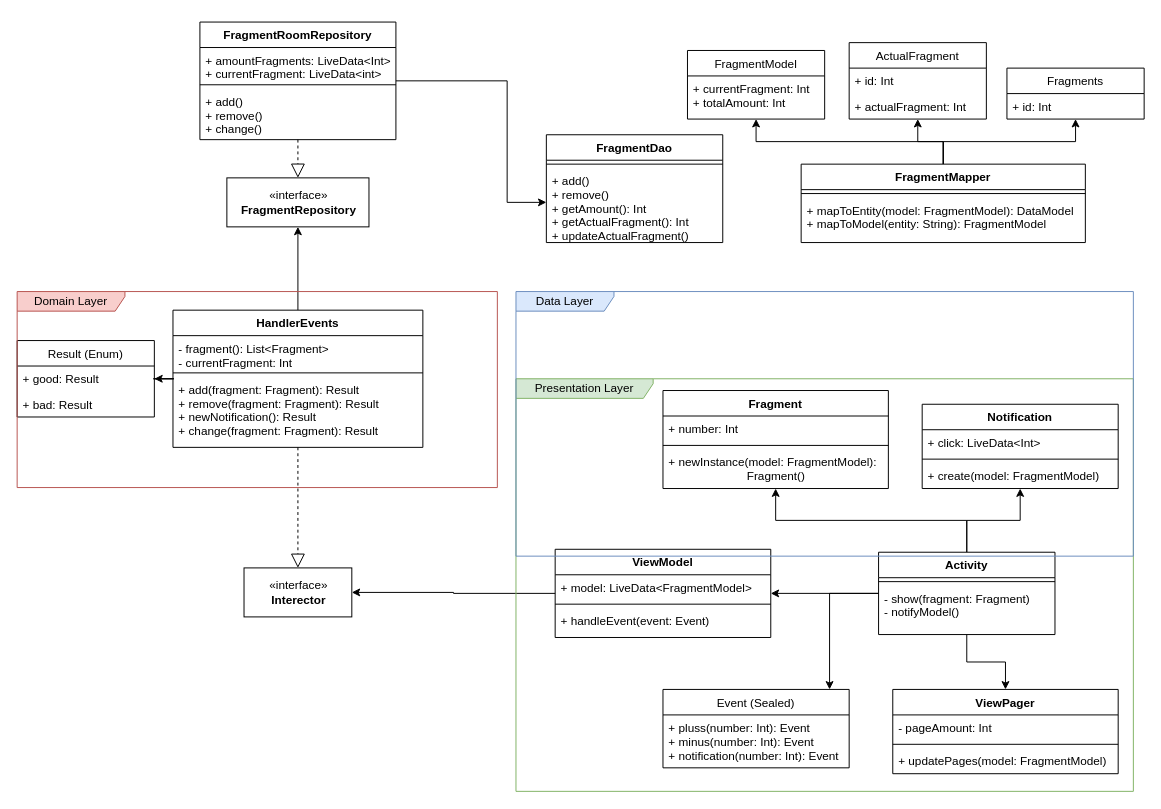
Earlier version of the draw.io diagram swiper.drawio (trilko/swiper). Source tidied: cells renumbered, new cells numbered last; positions are measured from the earlier drawing's top-left corner, leaving out a move shared by most shapes. Both pictures are drawn from the tidied source at 98%, with x=0, y=0 at pixel (17, 22).
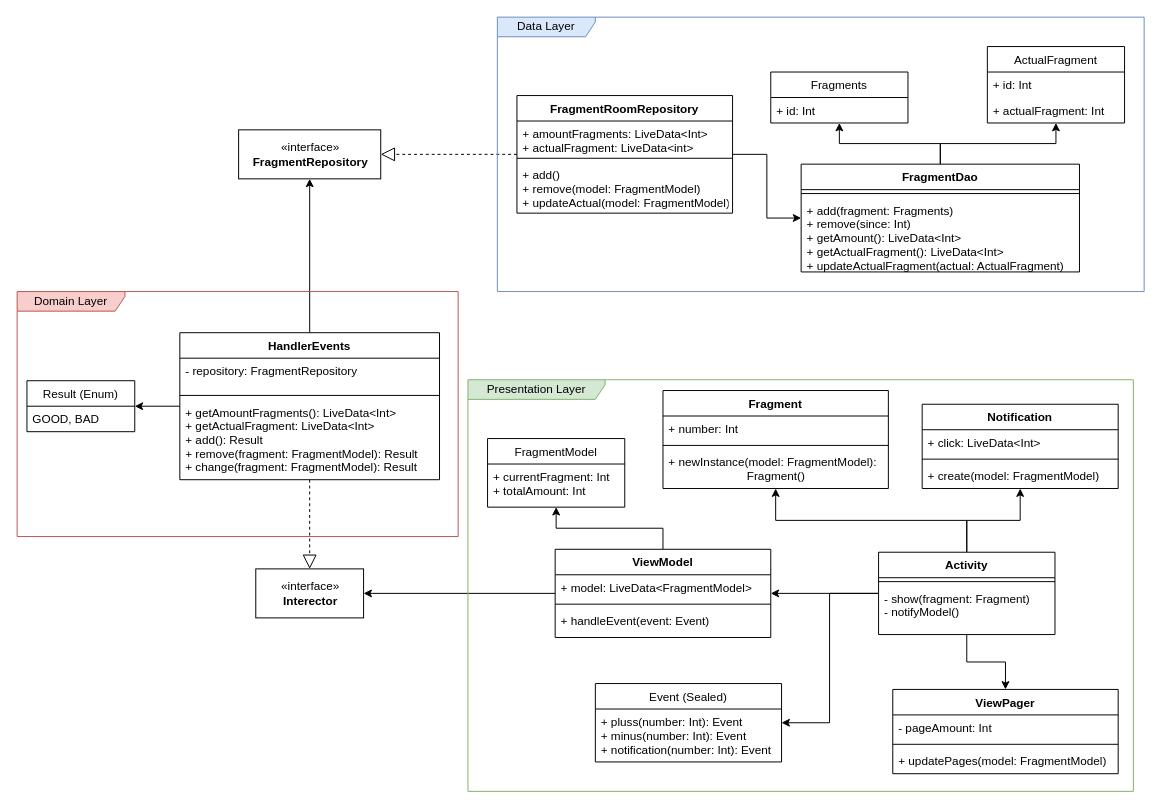
The same page after the edit.

The change refers to these unchanged cells:
```xml
<mxCell id="9" value="ViewModel" style="swimlane;fontStyle=1;align=center;verticalAlign=top;horizontal=1;startSize=26;" parent="1" vertex="1">
  <mxGeometry x="549" y="538" width="220" height="90" as="geometry" />
</mxCell>
```

Diff of the diagram source:
```diff
@@
+    <mxCell id="3" style="edgeStyle=orthogonalEdgeStyle;rounded=0;jettySize=auto;html=1;endArrow=classic;endFill=1;" parent="1" edge="1" source="4" target="13">
+      <mxGeometry relative="1" as="geometry" />
+    </mxCell>
-    <mxCell id="2" style="edgeStyle=orthogonalEdgeStyle;rounded=0;jettySize=auto;html=1;" parent="1" edge="1" source="4" target="47">
+    <mxCell id="2" style="edgeStyle=orthogonalEdgeStyle;rounded=0;jettySize=auto;html=1;endArrow=classic;endFill=1;" parent="1" edge="1" source="4" target="47">
       <mxGeometry relative="1" as="geometry" />
     </mxCell>
-    <mxCell id="3" style="edgeStyle=orthogonalEdgeStyle;rounded=0;jettySize=auto;html=1;endArrow=classic;endFill=1;" parent="1" edge="1" source="4" target="13">
-      <mxGeometry relative="1" as="geometry" />
-    </mxCell>
     <mxCell id="4" value="HandlerEvents" style="swimlane;fontStyle=1;align=center;verticalAlign=top;horizontal=1;startSize=26;" parent="1" vertex="1">
-      <mxGeometry x="159" y="294" width="255" height="140" as="geometry" />
+      <mxGeometry x="166" y="317" width="265" height="150" as="geometry" />
     </mxCell>
-    <mxCell id="5" value="- fragment(): List&lt;Fragment&gt;&#10;- currentFragment: Int" style="text;strokeColor=none;fillColor=none;align=left;verticalAlign=top;spacingLeft=4;spacingRight=4;overflow=hidden;" parent="4" vertex="1">
-      <mxGeometry y="26" width="255" height="34" as="geometry" />
+    <mxCell id="5" value="- repository: FragmentRepository" style="text;strokeColor=none;fillColor=none;align=left;verticalAlign=top;spacingLeft=4;spacingRight=4;overflow=hidden;" parent="4" vertex="1">
+      <mxGeometry y="26" width="265" height="34" as="geometry" />
     </mxCell>
     <mxCell id="6" style="line;strokeWidth=1;fillColor=none;align=left;verticalAlign=middle;spacingTop=-1;spacingLeft=3;spacingRight=3;labelPosition=right;" parent="4" vertex="1">
-      <mxGeometry y="60" width="255" height="8" as="geometry" />
+      <mxGeometry y="60" width="265" height="8" as="geometry" />
     </mxCell>
-    <mxCell id="7" value="+ add(fragment: Fragment): Result&#10;+ remove(fragment: Fragment): Result&#10;+ newNotification(): Result&#10;+ change(fragment: Fragment): Result" style="text;strokeColor=none;fillColor=none;align=left;verticalAlign=top;spacingLeft=4;spacingRight=4;overflow=hidden;" parent="4" vertex="1">
-      <mxGeometry y="68" width="255" height="72" as="geometry" />
+    <mxCell id="7" value="+ getAmountFragments(): LiveData&lt;Int&gt;&#10;+ getActualFragment: LiveData&lt;Int&gt;&#10;+ add(): Result&#10;+ remove(fragment: FragmentModel): Result&#10;+ change(fragment: FragmentModel): Result" style="text;strokeColor=none;fillColor=none;align=left;verticalAlign=top;spacingLeft=4;spacingRight=4;overflow=hidden;" parent="4" vertex="1">
+      <mxGeometry y="68" width="265" height="82" as="geometry" />
     </mxCell>
@@
+    <mxCell id="66" style="edgeStyle=orthogonalEdgeStyle;rounded=0;jettySize=auto;html=1;endArrow=classic;endFill=1;" parent="1" edge="1" source="9" target="28">
+      <mxGeometry relative="1" as="geometry" />
+    </mxCell>
@@
     <mxCell id="13" value="«interface»&lt;br&gt;&lt;b&gt;FragmentRepository&lt;/b&gt;" style="html=1;" parent="1" vertex="1">
-      <mxGeometry x="214" y="159" width="145" height="50" as="geometry" />
+      <mxGeometry x="226" y="110" width="145" height="50" as="geometry" />
     </mxCell>
@@
-    <mxCell id="22" style="edgeStyle=orthogonalEdgeStyle;rounded=0;jettySize=auto;html=1;" parent="1" edge="1" source="25" target="28">
-      <mxGeometry relative="1" as="geometry" />
-    </mxCell>
-    <mxCell id="23" style="edgeStyle=orthogonalEdgeStyle;rounded=0;jettySize=auto;html=1;endArrow=classic;endFill=1;" parent="1" edge="1" source="25" target="51">
-      <mxGeometry relative="1" as="geometry" />
-    </mxCell>
-    <mxCell id="24" style="edgeStyle=orthogonalEdgeStyle;rounded=0;jettySize=auto;html=1;endArrow=classic;endFill=1;" parent="1" edge="1" source="25" target="54">
-      <mxGeometry relative="1" as="geometry" />
-    </mxCell>
-    <mxCell id="25" value="FragmentMapper" style="swimlane;fontStyle=1;align=center;verticalAlign=top;horizontal=1;startSize=26;" parent="1" vertex="1">
-      <mxGeometry x="800" y="145" width="290" height="80" as="geometry" />
-    </mxCell>
-    <mxCell id="26" style="line;strokeWidth=1;fillColor=none;align=left;verticalAlign=middle;spacingTop=-1;spacingLeft=3;spacingRight=3;labelPosition=right;" parent="25" vertex="1">
-      <mxGeometry y="26" width="290" height="8" as="geometry" />
-    </mxCell>
-    <mxCell id="27" value="+ mapToEntity(model: FragmentModel): DataModel&#10;+ mapToModel(entity: String): FragmentModel" style="text;strokeColor=none;fillColor=none;align=left;verticalAlign=top;spacingLeft=4;spacingRight=4;overflow=hidden;" parent="25" vertex="1">
-      <mxGeometry y="34" width="290" height="46" as="geometry" />
-    </mxCell>
-    <mxCell id="28" value="FragmentModel" style="swimlane;fontStyle=0;horizontal=1;startSize=26;fillColor=none;" parent="1" vertex="1">
-      <mxGeometry x="684" y="29" width="140" height="70" as="geometry" />
-    </mxCell>
-    <mxCell id="29" value="+ currentFragment: Int&#10;+ totalAmount: Int" style="text;strokeColor=none;fillColor=none;align=left;verticalAlign=top;spacingLeft=4;spacingRight=4;overflow=hidden;" parent="28" vertex="1">
-      <mxGeometry y="26" width="140" height="44" as="geometry" />
-    </mxCell>
     <mxCell id="30" value="Event (Sealed)" style="swimlane;fontStyle=0;horizontal=1;startSize=26;fillColor=none;" parent="1" vertex="1">
-      <mxGeometry x="659" y="681" width="190" height="80" as="geometry" />
+      <mxGeometry x="590" y="675" width="190" height="80" as="geometry" />
     </mxCell>
@@
-    <mxCell id="40" value="Presentation Layer" style="shape=umlFrame;whiteSpace=wrap;html=1;width=140;height=20;strokeColor=#82b366;fillColor=#d5e8d4;" parent="1" vertex="1">
-      <mxGeometry x="509" y="364" width="630" height="421" as="geometry" />
-    </mxCell>
@@
     <mxCell id="45" value="«interface»&lt;br&gt;&lt;b&gt;Interector&lt;/b&gt;" style="html=1;fillColor=#ffffff;" parent="1" vertex="1">
-      <mxGeometry x="231.5" y="557" width="110" height="50" as="geometry" />
+      <mxGeometry x="243.5" y="558" width="110" height="50" as="geometry" />
     </mxCell>
@@
-    <mxCell id="47" value="Result (Enum)" style="swimlane;fontStyle=0;horizontal=1;startSize=26;fillColor=none;" parent="1" vertex="1">
-      <mxGeometry y="325" width="140" height="78" as="geometry" />
-    </mxCell>
-    <mxCell id="48" value="+ good: Result" style="text;strokeColor=none;fillColor=none;align=left;verticalAlign=top;spacingLeft=4;spacingRight=4;overflow=hidden;" parent="47" vertex="1">
-      <mxGeometry y="26" width="140" height="26" as="geometry" />
-    </mxCell>
-    <mxCell id="49" value="+ bad: Result" style="text;strokeColor=none;fillColor=none;align=left;verticalAlign=top;spacingLeft=4;spacingRight=4;overflow=hidden;" parent="47" vertex="1">
-      <mxGeometry y="52" width="140" height="26" as="geometry" />
-    </mxCell>
@@
     <mxCell id="51" value="ActualFragment" style="swimlane;fontStyle=0;horizontal=1;startSize=26;fillColor=none;" parent="1" vertex="1">
-      <mxGeometry x="849" y="21" width="140" height="78" as="geometry" />
+      <mxGeometry x="990" y="25" width="140" height="78" as="geometry" />
     </mxCell>
@@
     <mxCell id="54" value="Fragments" style="swimlane;fontStyle=0;horizontal=1;startSize=26;fillColor=none;" parent="1" vertex="1">
-      <mxGeometry x="1010" y="47" width="140" height="52" as="geometry" />
+      <mxGeometry x="769" y="51" width="140" height="52" as="geometry" />
     </mxCell>
@@
-    <mxCell id="56" value="Domain Layer" style="shape=umlFrame;whiteSpace=wrap;html=1;fillColor=#f8cecc;width=110;height=20;strokeColor=#b85450;" parent="1" vertex="1">
-      <mxGeometry y="275" width="490" height="200" as="geometry" />
-    </mxCell>
     <mxCell id="57" value="Data Layer" style="shape=umlFrame;whiteSpace=wrap;html=1;width=100;height=20;fillColor=#dae8fc;strokeColor=#6c8ebf;" parent="1" vertex="1">
-      <mxGeometry x="509" y="275" width="630" height="270" as="geometry" />
+      <mxGeometry x="490" y="-5" width="660" height="280" as="geometry" />
     </mxCell>
+    <mxCell id="67" style="edgeStyle=orthogonalEdgeStyle;rounded=0;jettySize=auto;html=1;endArrow=classic;endFill=1;" parent="1" edge="1" source="58" target="54">
+      <mxGeometry relative="1" as="geometry" />
+    </mxCell>
+    <mxCell id="68" style="edgeStyle=orthogonalEdgeStyle;rounded=0;jettySize=auto;html=1;endArrow=classic;endFill=1;" parent="1" edge="1" source="58" target="51">
+      <mxGeometry relative="1" as="geometry" />
+    </mxCell>
     <mxCell id="58" value="FragmentDao" style="swimlane;fontStyle=1;align=center;verticalAlign=top;horizontal=1;startSize=26;fillColor=#ffffff;" parent="1" vertex="1">
-      <mxGeometry x="540" y="115" width="180" height="110" as="geometry" />
+      <mxGeometry x="800" y="145" width="284" height="110" as="geometry" />
     </mxCell>
     <mxCell id="59" style="line;strokeWidth=1;fillColor=none;align=left;verticalAlign=middle;spacingTop=-1;spacingLeft=3;spacingRight=3;labelPosition=right;" parent="58" vertex="1">
-      <mxGeometry y="26" width="180" height="8" as="geometry" />
+      <mxGeometry y="26" width="284" height="8" as="geometry" />
     </mxCell>
-    <mxCell id="60" value="+ add()&#10;+ remove() &#10;+ getAmount(): Int&#10;+ getActualFragment(): Int&#10;+ updateActualFragment()" style="text;strokeColor=none;fillColor=none;align=left;verticalAlign=top;spacingLeft=4;spacingRight=4;overflow=hidden;" parent="58" vertex="1">
-      <mxGeometry y="34" width="180" height="76" as="geometry" />
+    <mxCell id="60" value="+ add(fragment: Fragments)&#10;+ remove(since: Int) &#10;+ getAmount(): LiveData&lt;Int&gt;&#10;+ getActualFragment(): LiveData&lt;Int&gt;&#10;+ updateActualFragment(actual: ActualFragment)" style="text;strokeColor=none;fillColor=none;align=left;verticalAlign=top;spacingLeft=4;spacingRight=4;overflow=hidden;" parent="58" vertex="1">
+      <mxGeometry y="34" width="284" height="76" as="geometry" />
     </mxCell>
     <mxCell id="61" style="edgeStyle=orthogonalEdgeStyle;rounded=0;jettySize=auto;html=1;endArrow=classic;endFill=1;" parent="1" edge="1" source="62" target="58">
-      <mxGeometry relative="1" as="geometry">
-        <Array as="points">
-          <mxPoint x="500" y="60" />
-          <mxPoint x="500" y="184" />
-        </Array>
-      </mxGeometry>
+      <mxGeometry relative="1" as="geometry" />
     </mxCell>
     <mxCell id="62" value="FragmentRoomRepository" style="swimlane;fontStyle=1;align=center;verticalAlign=top;horizontal=1;startSize=26;fillColor=#ffffff;" parent="1" vertex="1">
-      <mxGeometry x="186.5" width="200" height="120" as="geometry" />
+      <mxGeometry x="510" y="75" width="220" height="120" as="geometry" />
     </mxCell>
-    <mxCell id="63" value="+ amountFragments: LiveData&lt;Int&gt;&#10;+ currentFragment: LiveData&lt;int&gt;" style="text;strokeColor=none;fillColor=none;align=left;verticalAlign=top;spacingLeft=4;spacingRight=4;overflow=hidden;" parent="62" vertex="1">
-      <mxGeometry y="26" width="200" height="34" as="geometry" />
+    <mxCell id="63" value="+ amountFragments: LiveData&lt;Int&gt;&#10;+ actualFragment: LiveData&lt;int&gt;" style="text;strokeColor=none;fillColor=none;align=left;verticalAlign=top;spacingLeft=4;spacingRight=4;overflow=hidden;" parent="62" vertex="1">
+      <mxGeometry y="26" width="220" height="34" as="geometry" />
     </mxCell>
     <mxCell id="64" style="line;strokeWidth=1;fillColor=none;align=left;verticalAlign=middle;spacingTop=-1;spacingLeft=3;spacingRight=3;labelPosition=right;" parent="62" vertex="1">
-      <mxGeometry y="60" width="200" height="8" as="geometry" />
+      <mxGeometry y="60" width="220" height="8" as="geometry" />
     </mxCell>
-    <mxCell id="65" value="+ add()&#10;+ remove()&#10;+ change()" style="text;strokeColor=none;fillColor=none;align=left;verticalAlign=top;spacingLeft=4;spacingRight=4;overflow=hidden;" parent="62" vertex="1">
-      <mxGeometry y="68" width="200" height="52" as="geometry" />
+    <mxCell id="65" value="+ add()&#10;+ remove(model: FragmentModel)&#10;+ updateActual(model: FragmentModel)" style="text;strokeColor=none;fillColor=none;align=left;verticalAlign=top;spacingLeft=4;spacingRight=4;overflow=hidden;" parent="62" vertex="1">
+      <mxGeometry y="68" width="220" height="52" as="geometry" />
     </mxCell>
+    <mxCell id="28" value="FragmentModel" style="swimlane;fontStyle=0;horizontal=1;startSize=26;fillColor=none;" parent="1" vertex="1">
+      <mxGeometry x="480" y="425" width="140" height="70" as="geometry" />
+    </mxCell>
+    <mxCell id="29" value="+ currentFragment: Int&#10;+ totalAmount: Int" style="text;strokeColor=none;fillColor=none;align=left;verticalAlign=top;spacingLeft=4;spacingRight=4;overflow=hidden;" parent="28" vertex="1">
+      <mxGeometry y="26" width="140" height="44" as="geometry" />
+    </mxCell>
+    <mxCell id="47" value="Result (Enum)" style="swimlane;fontStyle=0;horizontal=1;startSize=26;fillColor=none;" parent="1" vertex="1">
+      <mxGeometry x="10" y="366" width="110" height="52" as="geometry" />
+    </mxCell>
+    <mxCell id="69" value="GOOD, BAD" style="text;strokeColor=none;fillColor=none;align=left;verticalAlign=top;spacingLeft=4;spacingRight=4;overflow=hidden;" parent="47" vertex="1">
+      <mxGeometry y="26" width="110" height="26" as="geometry" />
+    </mxCell>
+    <mxCell id="40" value="Presentation Layer" style="shape=umlFrame;whiteSpace=wrap;html=1;width=140;height=20;strokeColor=#82b366;fillColor=#d5e8d4;" parent="1" vertex="1">
+      <mxGeometry x="460" y="365" width="679" height="420" as="geometry" />
+    </mxCell>
+    <mxCell id="56" value="Domain Layer" style="shape=umlFrame;whiteSpace=wrap;html=1;fillColor=#f8cecc;width=110;height=20;strokeColor=#b85450;" parent="1" vertex="1">
+      <mxGeometry y="275" width="450" height="250" as="geometry" />
+    </mxCell>
```
